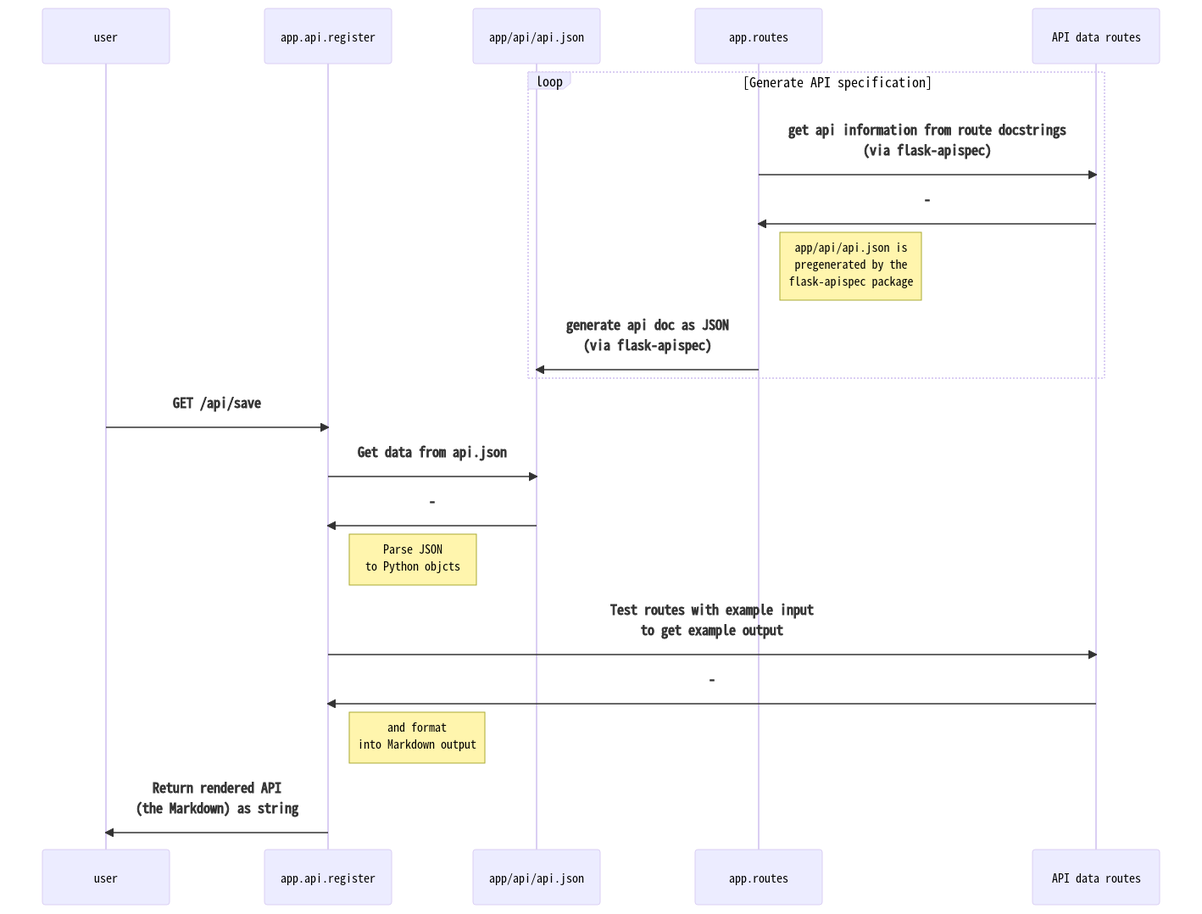
Earlier version of the Mermaid export homework07/img/register.png (akhilsadam/coe332). Its source is kept beside it as homework07/src/register.mmd.
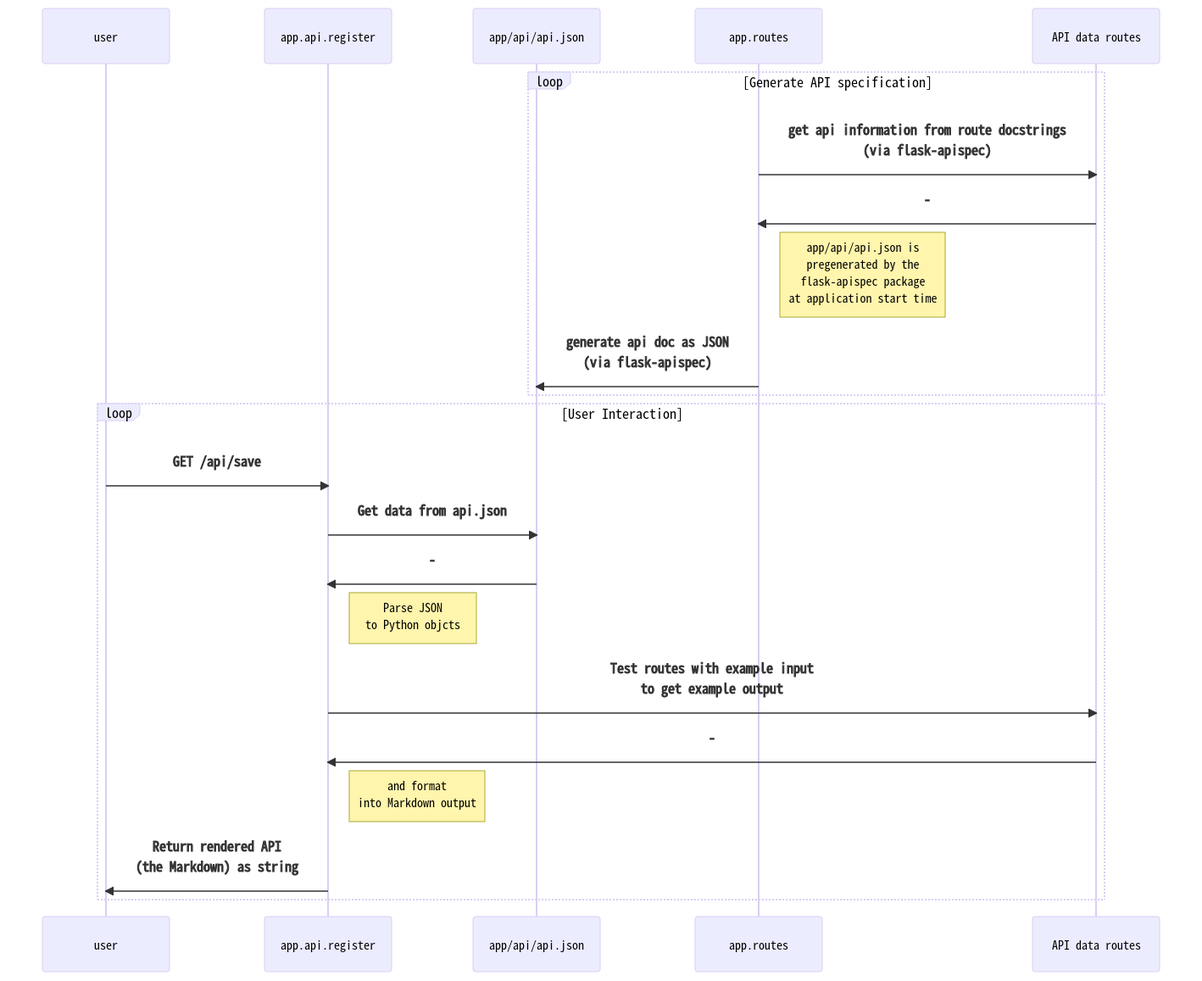
After the change.

The edit, as a diff of the source:
```diff
@@ -7,16 +7,18 @@
     loop Generate API specification
         app.routes->>API data routes: get api information from route docstrings <br> (via flask-apispec)
         API data routes->>app.routes: -
-        Note right of app.routes: app/api/api.json is <br>pregenerated by the <br>flask-apispec package
+        Note right of app.routes: app/api/api.json is <br>pregenerated by the <br>flask-apispec package <br> at application start time
         app.routes->>app/api/api.json: generate api doc as JSON <br> (via flask-apispec)
     end
-    user->>app.api.register: GET /api/save
-    app.api.register->>app/api/api.json: Get data from api.json
-    app/api/api.json->>app.api.register: -
+    loop User Interaction
+        user->>app.api.register: GET /api/save
+        app.api.register->>app/api/api.json: Get data from api.json
+        app/api/api.json->>app.api.register: -
 
-    Note right of app.api.register: Parse JSON <br> to Python objcts
-    app.api.register->>API data routes: Test routes with example input<br> to get example output
-    API data routes->>app.api.register: -
-    Note right of app.api.register: and format<br> into Markdown output
+        Note right of app.api.register: Parse JSON <br> to Python objcts
+        app.api.register->>API data routes: Test routes with example input<br> to get example output
+        API data routes->>app.api.register: -
+        Note right of app.api.register: and format<br> into Markdown output
 
-    app.api.register->>user: Return rendered API <br>(the Markdown) as string
+        app.api.register->>user: Return rendered API <br>(the Markdown) as string
+    end
```
